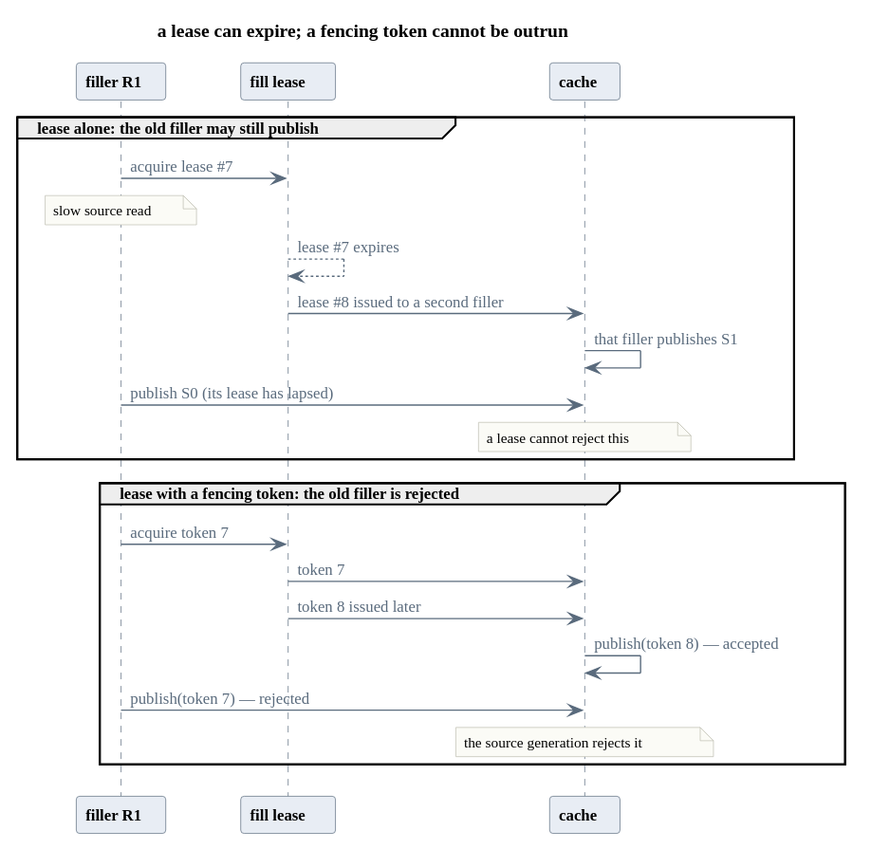
This is book/assets/fig-lease-vs-fence.svg from xiles84/architecture_design_studies, a PlantUML export, as it was before one commit.
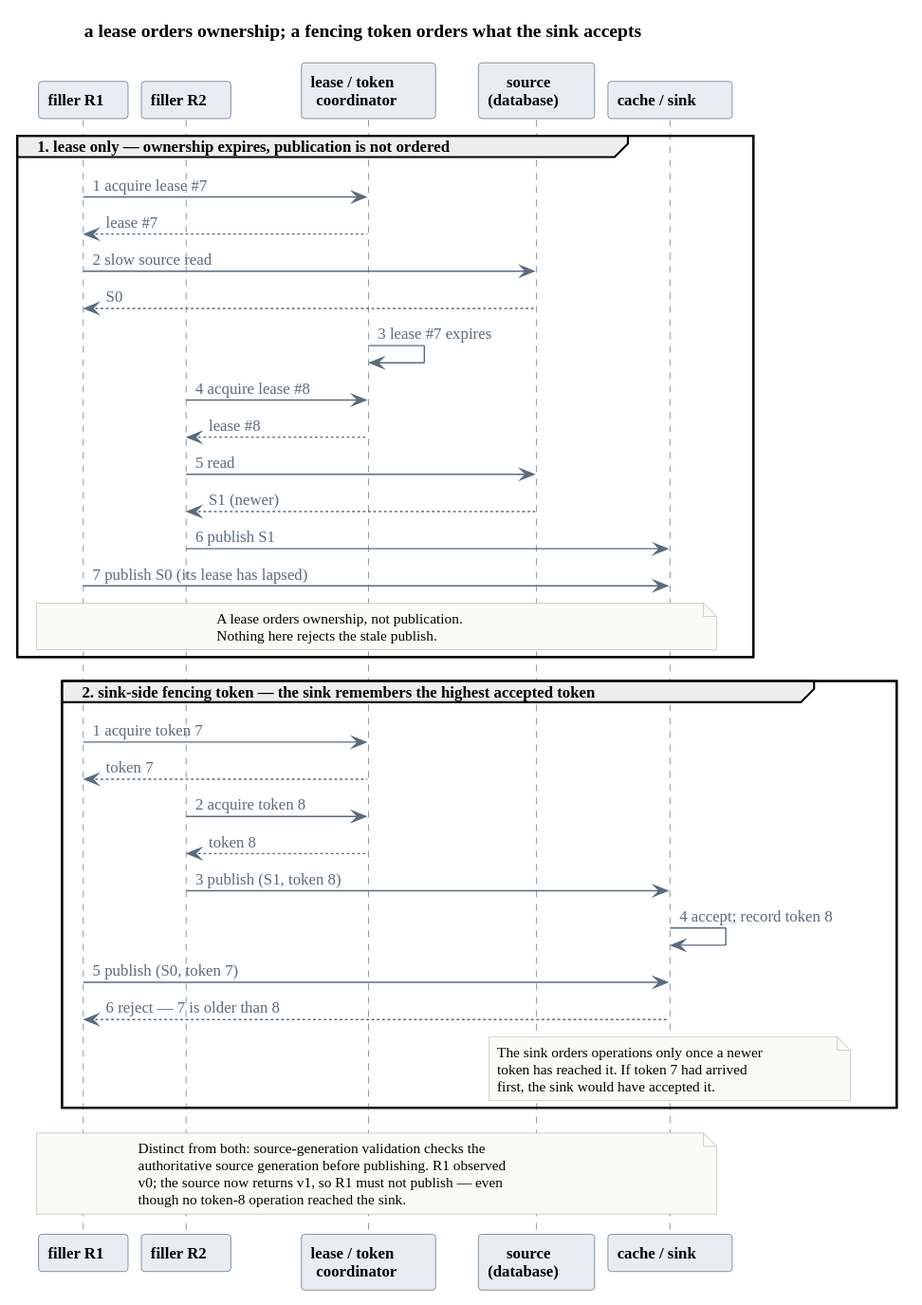
Later version of the same file.

Change to the diagram source:
```diff
@@ -1,27 +1,44 @@
 @startuml
 !include _style.puml
-title a lease can expire; a fencing token cannot be outrun
+title a lease orders ownership; a fencing token orders what the sink accepts
 
 participant "filler R1" as R1
-participant "fill lease" as L
-participant "cache" as C
+participant "filler R2" as R2
+participant "lease / token\ncoordinator" as COORD
+participant "source\n(database)" as DB
+participant "cache / sink" as SINK
 
-group lease alone: the old filler may still publish
-  R1 -> L : acquire lease #7
-  note over R1 : slow source read
-  L --> L : lease #7 expires
-  L -> C : lease #8 issued to a second filler
-  C -> C : that filler publishes S1
-  R1 -> C : publish S0 (its lease has lapsed)
-  note over C : a lease cannot reject this
+group 1. lease only — ownership expires, publication is not ordered
+  R1 -> COORD : 1 acquire lease #7
+  COORD --> R1 : lease #7
+  R1 -> DB : 2 slow source read
+  DB --> R1 : S0
+  COORD -> COORD : 3 lease #7 expires
+  R2 -> COORD : 4 acquire lease #8
+  COORD --> R2 : lease #8
+  R2 -> DB : 5 read
+  DB --> R2 : S1 (newer)
+  R2 -> SINK : 6 publish S1
+  R1 -> SINK : 7 publish S0 (its lease has lapsed)
+  note over R1, SINK : A lease orders ownership, not publication.\nNothing here rejects the stale publish.
 end
 
-group lease with a fencing token: the old filler is rejected
-  R1 -> L : acquire token 7
-  L -> C : token 7
-  L -> C : token 8 issued later
-  C -> C : publish(token 8) — accepted
-  R1 -> C : publish(token 7) — rejected
-  note over C : the source generation rejects it
+group 2. sink-side fencing token — the sink remembers the highest accepted token
+  R1 -> COORD : 1 acquire token 7
+  COORD --> R1 : token 7
+  R2 -> COORD : 2 acquire token 8
+  COORD --> R2 : token 8
+  R2 -> SINK : 3 publish (S1, token 8)
+  SINK -> SINK : 4 accept; record token 8
+  R1 -> SINK : 5 publish (S0, token 7)
+  SINK --> R1 : 6 reject — 7 is older than 8
+  note over SINK : The sink orders operations only once a newer\ntoken has reached it. If token 7 had arrived\nfirst, the sink would have accepted it.
 end
+
+note over R1, SINK
+  Distinct from both: source-generation validation checks the
+  authoritative source generation before publishing. R1 observed
+  v0; the source now returns v1, so R1 must not publish — even
+  though no token-8 operation reached the sink.
+end note
 @enduml
```
